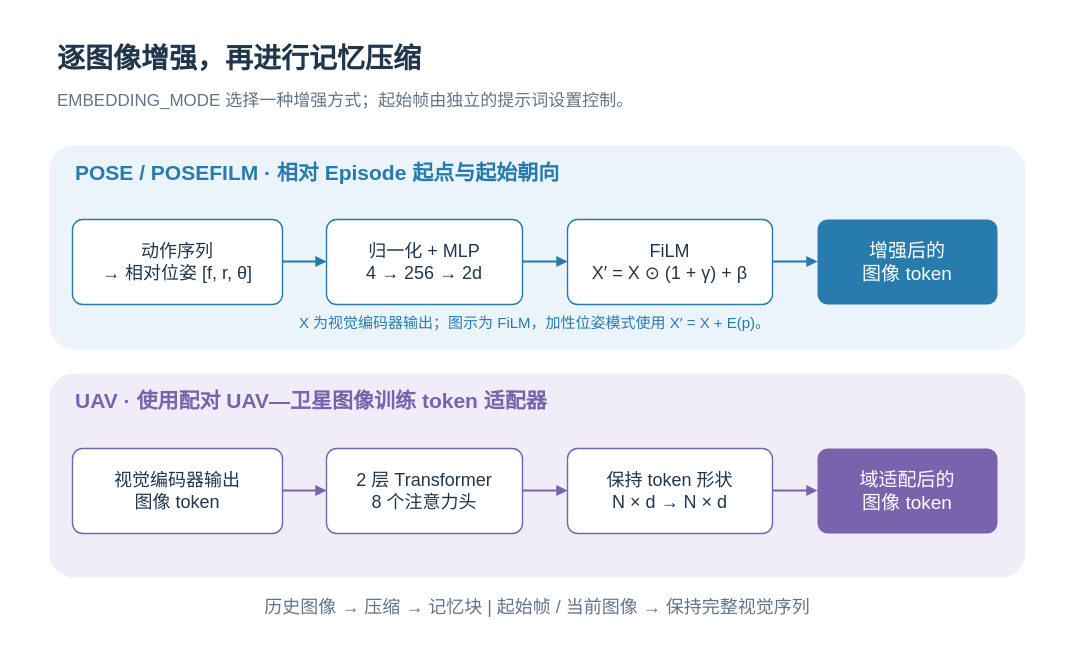
Earlier version of the draw.io diagram docs/assets/concepts/diagrams/input-enhancement.zh-CN.drawio (Eku127/SwiftVLN). Source tidied: cells renumbered, new cells numbered last; positions are measured from the earlier drawing's top-left corner, leaving out a move shared by most shapes. Both pictures are drawn from the tidied source at 100%, with x=0, y=0 at pixel (17, 17).
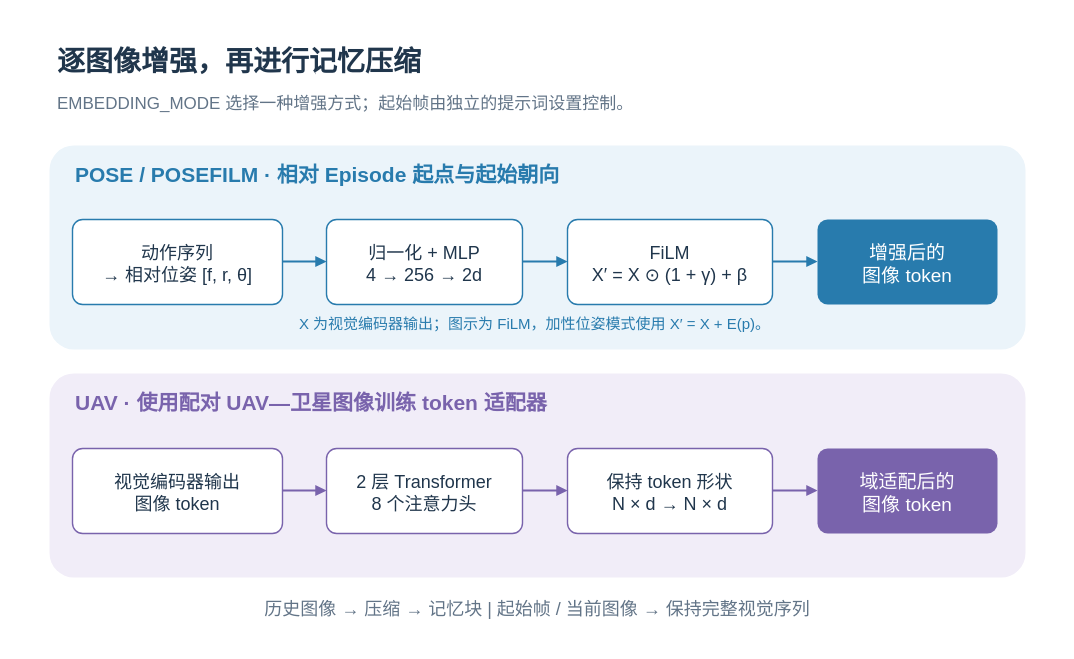
The same page after the edit.

Diff of the diagram source:
```diff
@@
-    <mxCell id="2" style="rounded=0;arcSize=12;whiteSpace=wrap;html=0;fillColor=#FFFFFF;strokeColor=none;strokeWidth=1.4;fontColor=#20364C;fontFamily=Arial;fontSize=19;fontStyle=0;align=center;verticalAlign=middle;spacing=8;" parent="1" vertex="1">
+    <mxCell id="2" style="rounded=0;arcSize=12;whiteSpace=nowrap;html=0;fillColor=#FFFFFF;strokeColor=none;strokeWidth=1.4;fontColor=#20364C;fontFamily=Arial;fontSize=19;fontStyle=0;align=center;verticalAlign=middle;spacing=8;" parent="1" vertex="1">
       <mxGeometry width="1040" height="625" as="geometry" />
     </mxCell>
-    <mxCell id="3" value="逐图像增强，再进行记忆压缩" style="rounded=0;arcSize=12;whiteSpace=wrap;html=0;fillColor=none;strokeColor=none;strokeWidth=1.4;fontColor=#20364C;fontFamily=Arial;fontSize=28;fontStyle=1;align=left;verticalAlign=middle;spacing=8;" parent="1" vertex="1">
+    <mxCell id="3" value="逐图像增强，再进行记忆压缩" style="rounded=0;arcSize=12;whiteSpace=nowrap;html=0;fillColor=none;strokeColor=none;strokeWidth=1.4;fontColor=#20364C;fontFamily=Arial;fontSize=28;fontStyle=1;align=left;verticalAlign=middle;spacing=8;" parent="1" vertex="1">
       <mxGeometry x="32" y="22" width="970" height="38" as="geometry" />
     </mxCell>
-    <mxCell id="4" value="EMBEDDING_MODE 选择一种增强方式；起始帧由独立的提示词设置控制。" style="rounded=0;arcSize=12;whiteSpace=wrap;html=0;fillColor=none;strokeColor=none;strokeWidth=1.4;fontColor=#627487;fontFamily=Arial;fontSize=17;fontStyle=0;align=left;verticalAlign=middle;spacing=8;" parent="1" vertex="1">
+    <mxCell id="4" value="EMBEDDING_MODE 选择一种增强方式；起始帧由独立的提示词设置控制。" style="rounded=0;arcSize=12;whiteSpace=nowrap;html=0;fillColor=none;strokeColor=none;strokeWidth=1.4;fontColor=#627487;fontFamily=Arial;fontSize=17;fontStyle=0;align=left;verticalAlign=middle;spacing=8;" parent="1" vertex="1">
       <mxGeometry x="32" y="67" width="970" height="34" as="geometry" />
     </mxCell>
-    <mxCell id="5" style="rounded=1;arcSize=12;whiteSpace=wrap;html=0;fillColor=#EBF4FA;strokeColor=none;strokeWidth=1.4;fontColor=#20364C;fontFamily=Arial;fontSize=19;fontStyle=0;align=center;verticalAlign=middle;spacing=8;" parent="1" vertex="1">
+    <mxCell id="5" style="rounded=1;arcSize=12;whiteSpace=nowrap;html=0;fillColor=#EBF4FA;strokeColor=none;strokeWidth=1.4;fontColor=#20364C;fontFamily=Arial;fontSize=19;fontStyle=0;align=center;verticalAlign=middle;spacing=8;" parent="1" vertex="1">
       <mxGeometry x="32" y="128" width="976" height="204" as="geometry" />
     </mxCell>
-    <mxCell id="6" value="POSE / POSEFILM  ·  相对 Episode 起点与起始朝向" style="rounded=0;arcSize=12;whiteSpace=wrap;html=0;fillColor=none;strokeColor=none;strokeWidth=1.4;fontColor=#287BAD;fontFamily=Arial;fontSize=21;fontStyle=1;align=left;verticalAlign=middle;spacing=8;" parent="1" vertex="1">
+    <mxCell id="6" value="POSE / POSEFILM  ·  相对 Episode 起点与起始朝向" style="rounded=0;arcSize=12;whiteSpace=nowrap;html=0;fillColor=none;strokeColor=none;strokeWidth=1.4;fontColor=#287BAD;fontFamily=Arial;fontSize=21;fontStyle=1;align=left;verticalAlign=middle;spacing=8;" parent="1" vertex="1">
       <mxGeometry x="50" y="139" width="930" height="32" as="geometry" />
     </mxCell>
-    <mxCell id="7" value="动作序列&#10;→ 相对位姿 [f, r, θ]" style="rounded=1;arcSize=12;whiteSpace=wrap;html=0;fillColor=#FFFFFF;strokeColor=#287BAD;strokeWidth=1.4;fontColor=#20364C;fontFamily=Arial;fontSize=18;fontStyle=0;align=center;verticalAlign=middle;spacing=8;" parent="1" vertex="1">
+    <mxCell id="7" value="动作序列&#10;→ 相对位姿 [f, r, θ]" style="rounded=1;arcSize=12;whiteSpace=nowrap;html=0;fillColor=#FFFFFF;strokeColor=#287BAD;strokeWidth=1.4;fontColor=#20364C;fontFamily=Arial;fontSize=18;fontStyle=0;align=center;verticalAlign=middle;spacing=8;" parent="1" vertex="1">
       <mxGeometry x="55" y="202" width="210" height="85" as="geometry" />
     </mxCell>
-    <mxCell id="8" value="归一化 + MLP&#10;4 → 256 → 2d" style="rounded=1;arcSize=12;whiteSpace=wrap;html=0;fillColor=#FFFFFF;strokeColor=#287BAD;strokeWidth=1.4;fontColor=#20364C;fontFamily=Arial;fontSize=18;fontStyle=0;align=center;verticalAlign=middle;spacing=8;" parent="1" vertex="1">
+    <mxCell id="8" value="归一化 + MLP&#10;4 → 256 → 2d" style="rounded=1;arcSize=12;whiteSpace=nowrap;html=0;fillColor=#FFFFFF;strokeColor=#287BAD;strokeWidth=1.4;fontColor=#20364C;fontFamily=Arial;fontSize=18;fontStyle=0;align=center;verticalAlign=middle;spacing=8;" parent="1" vertex="1">
       <mxGeometry x="309" y="202" width="196" height="85" as="geometry" />
     </mxCell>
-    <mxCell id="9" value="FiLM&#10;X′ = X ⊙ (1 + γ) + β" style="rounded=1;arcSize=12;whiteSpace=wrap;html=0;fillColor=#FFFFFF;strokeColor=#287BAD;strokeWidth=1.4;fontColor=#20364C;fontFamily=Arial;fontSize=18;fontStyle=0;align=center;verticalAlign=middle;spacing=8;" parent="1" vertex="1">
+    <mxCell id="9" value="FiLM&#10;X′ = X ⊙ (1 + γ) + β" style="rounded=1;arcSize=12;whiteSpace=nowrap;html=0;fillColor=#FFFFFF;strokeColor=#287BAD;strokeWidth=1.4;fontColor=#20364C;fontFamily=Arial;fontSize=18;fontStyle=0;align=center;verticalAlign=middle;spacing=8;" parent="1" vertex="1">
       <mxGeometry x="550" y="202" width="205" height="85" as="geometry" />
     </mxCell>
-    <mxCell id="10" value="增强后的&#10;图像 token" style="rounded=1;arcSize=12;whiteSpace=wrap;html=0;fillColor=#287BAD;strokeColor=none;strokeWidth=1.4;fontColor=#FFFFFF;fontFamily=Arial;fontSize=19;fontStyle=0;align=center;verticalAlign=middle;spacing=8;" parent="1" vertex="1">
+    <mxCell id="10" value="增强后的&#10;图像 token" style="rounded=1;arcSize=12;whiteSpace=nowrap;html=0;fillColor=#287BAD;strokeColor=none;strokeWidth=1.4;fontColor=#FFFFFF;fontFamily=Arial;fontSize=19;fontStyle=0;align=center;verticalAlign=middle;spacing=8;" parent="1" vertex="1">
       <mxGeometry x="800" y="202" width="180" height="85" as="geometry" />
     </mxCell>
@@
-    <mxCell id="14" value="X 为视觉编码器输出；图示为 FiLM，加性位姿模式使用 X′ = X + E(p)。" style="rounded=0;arcSize=12;whiteSpace=wrap;html=0;fillColor=none;strokeColor=none;strokeWidth=1.4;fontColor=#287BAD;fontFamily=Arial;fontSize=15;fontStyle=0;align=center;verticalAlign=middle;spacing=8;" parent="1" vertex="1">
+    <mxCell id="14" value="X 为视觉编码器输出；图示为 FiLM，加性位姿模式使用 X′ = X + E(p)。" style="rounded=0;arcSize=12;whiteSpace=nowrap;html=0;fillColor=none;strokeColor=none;strokeWidth=1.4;fontColor=#287BAD;fontFamily=Arial;fontSize=15;fontStyle=0;align=center;verticalAlign=middle;spacing=8;" parent="1" vertex="1">
       <mxGeometry x="55" y="291" width="925" height="28" as="geometry" />
     </mxCell>
-    <mxCell id="15" style="rounded=1;arcSize=12;whiteSpace=wrap;html=0;fillColor=#F1EDF8;strokeColor=none;strokeWidth=1.4;fontColor=#20364C;fontFamily=Arial;fontSize=19;fontStyle=0;align=center;verticalAlign=middle;spacing=8;" parent="1" vertex="1">
+    <mxCell id="15" style="rounded=1;arcSize=12;whiteSpace=nowrap;html=0;fillColor=#F1EDF8;strokeColor=none;strokeWidth=1.4;fontColor=#20364C;fontFamily=Arial;fontSize=19;fontStyle=0;align=center;verticalAlign=middle;spacing=8;" parent="1" vertex="1">
       <mxGeometry x="32" y="356" width="976" height="204" as="geometry" />
     </mxCell>
-    <mxCell id="16" value="UAV  ·  使用配对 UAV—卫星图像训练 token 适配器" style="rounded=0;arcSize=12;whiteSpace=wrap;html=0;fillColor=none;strokeColor=none;strokeWidth=1.4;fontColor=#7963AC;fontFamily=Arial;fontSize=21;fontStyle=1;align=left;verticalAlign=middle;spacing=8;" parent="1" vertex="1">
+    <mxCell id="16" value="UAV  ·  使用配对 UAV—卫星图像训练 token 适配器" style="rounded=0;arcSize=12;whiteSpace=nowrap;html=0;fillColor=none;strokeColor=none;strokeWidth=1.4;fontColor=#7963AC;fontFamily=Arial;fontSize=21;fontStyle=1;align=left;verticalAlign=middle;spacing=8;" parent="1" vertex="1">
       <mxGeometry x="50" y="367" width="930" height="32" as="geometry" />
     </mxCell>
-    <mxCell id="17" value="视觉编码器输出&#10;图像 token" style="rounded=1;arcSize=12;whiteSpace=wrap;html=0;fillColor=#FFFFFF;strokeColor=#7963AC;strokeWidth=1.4;fontColor=#20364C;fontFamily=Arial;fontSize=18;fontStyle=0;align=center;verticalAlign=middle;spacing=8;" parent="1" vertex="1">
+    <mxCell id="17" value="视觉编码器输出&#10;图像 token" style="rounded=1;arcSize=12;whiteSpace=nowrap;html=0;fillColor=#FFFFFF;strokeColor=#7963AC;strokeWidth=1.4;fontColor=#20364C;fontFamily=Arial;fontSize=18;fontStyle=0;align=center;verticalAlign=middle;spacing=8;" parent="1" vertex="1">
       <mxGeometry x="55" y="431" width="210" height="85" as="geometry" />
     </mxCell>
-    <mxCell id="18" value="2 层 Transformer&#10;8 个注意力头" style="rounded=1;arcSize=12;whiteSpace=wrap;html=0;fillColor=#FFFFFF;strokeColor=#7963AC;strokeWidth=1.4;fontColor=#20364C;fontFamily=Arial;fontSize=18;fontStyle=0;align=center;verticalAlign=middle;spacing=8;" parent="1" vertex="1">
+    <mxCell id="18" value="2 层 Transformer&#10;8 个注意力头" style="rounded=1;arcSize=12;whiteSpace=nowrap;html=0;fillColor=#FFFFFF;strokeColor=#7963AC;strokeWidth=1.4;fontColor=#20364C;fontFamily=Arial;fontSize=18;fontStyle=0;align=center;verticalAlign=middle;spacing=8;" parent="1" vertex="1">
       <mxGeometry x="309" y="431" width="196" height="85" as="geometry" />
     </mxCell>
-    <mxCell id="19" value="保持 token 形状&#10;N × d → N × d" style="rounded=1;arcSize=12;whiteSpace=wrap;html=0;fillColor=#FFFFFF;strokeColor=#7963AC;strokeWidth=1.4;fontColor=#20364C;fontFamily=Arial;fontSize=18;fontStyle=0;align=center;verticalAlign=middle;spacing=8;" parent="1" vertex="1">
+    <mxCell id="19" value="保持 token 形状&#10;N × d → N × d" style="rounded=1;arcSize=12;whiteSpace=nowrap;html=0;fillColor=#FFFFFF;strokeColor=#7963AC;strokeWidth=1.4;fontColor=#20364C;fontFamily=Arial;fontSize=18;fontStyle=0;align=center;verticalAlign=middle;spacing=8;" parent="1" vertex="1">
       <mxGeometry x="550" y="431" width="205" height="85" as="geometry" />
     </mxCell>
-    <mxCell id="20" value="域适配后的&#10;图像 token" style="rounded=1;arcSize=12;whiteSpace=wrap;html=0;fillColor=#7963AC;strokeColor=none;strokeWidth=1.4;fontColor=#FFFFFF;fontFamily=Arial;fontSize=19;fontStyle=0;align=center;verticalAlign=middle;spacing=8;" parent="1" vertex="1">
+    <mxCell id="20" value="域适配后的&#10;图像 token" style="rounded=1;arcSize=12;whiteSpace=nowrap;html=0;fillColor=#7963AC;strokeColor=none;strokeWidth=1.4;fontColor=#FFFFFF;fontFamily=Arial;fontSize=19;fontStyle=0;align=center;verticalAlign=middle;spacing=8;" parent="1" vertex="1">
       <mxGeometry x="800" y="431" width="180" height="85" as="geometry" />
     </mxCell>
@@
-    <mxCell id="24" value="历史图像 → 压缩 → 记忆块    |    起始帧 / 当前图像 → 保持完整视觉序列" style="rounded=0;arcSize=12;whiteSpace=wrap;html=0;fillColor=none;strokeColor=none;strokeWidth=1.4;fontColor=#627487;fontFamily=Arial;fontSize=18;fontStyle=0;align=center;verticalAlign=middle;spacing=8;" parent="1" vertex="1">
+    <mxCell id="24" value="历史图像 → 压缩 → 记忆块    |    起始帧 / 当前图像 → 保持完整视觉序列" style="rounded=0;arcSize=12;whiteSpace=nowrap;html=0;fillColor=none;strokeColor=none;strokeWidth=1.4;fontColor=#627487;fontFamily=Arial;fontSize=18;fontStyle=0;align=center;verticalAlign=middle;spacing=8;" parent="1" vertex="1">
       <mxGeometry x="32" y="575" width="976" height="30" as="geometry" />
     </mxCell>
```
